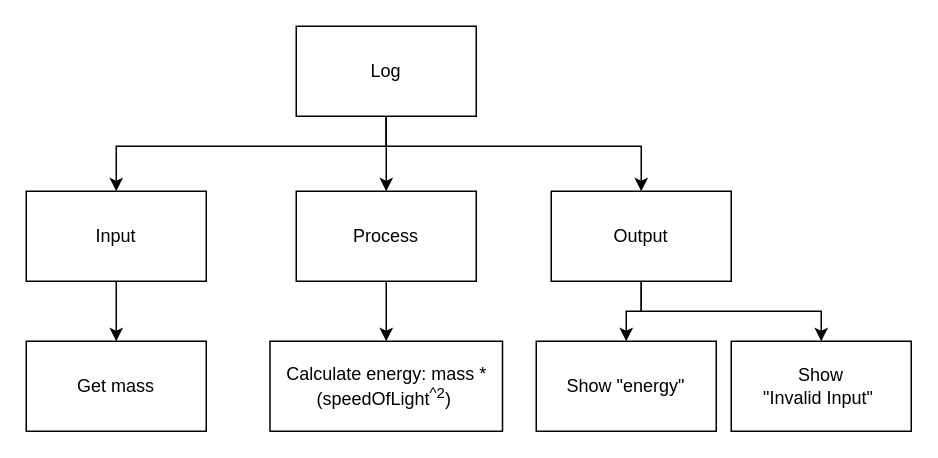
Earlier version of the draw.io diagram Unit1-02/design/topdown.drawio (evan-beaudoin99/ICS4U-Unit1-Evan-Beaudoin). Source tidied: cells renumbered, new cells numbered last; positions are measured from the earlier drawing's top-left corner, leaving out a move shared by most shapes. Both pictures are drawn from the tidied source at 150%, with x=0, y=0 at pixel (26, 26).
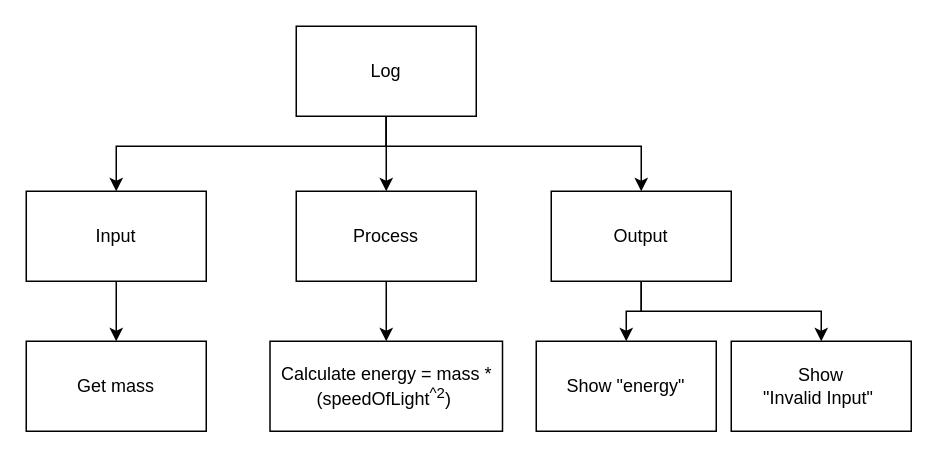
After the change.

The edit, as a diff of the source:
```diff
@@
-    <mxCell id="14" value="Calculate energy: mass * (speedOfLight&lt;sup&gt;^2&lt;/sup&gt;)&amp;nbsp;" style="rounded=0;whiteSpace=wrap;html=1;" parent="1" vertex="1">
+    <mxCell id="14" value="Calculate energy = mass * (speedOfLight&lt;sup&gt;^2&lt;/sup&gt;)&amp;nbsp;" style="rounded=0;whiteSpace=wrap;html=1;" parent="1" vertex="1">
       <mxGeometry x="162.5" y="210" width="155" height="60" as="geometry" />
     </mxCell>
```
